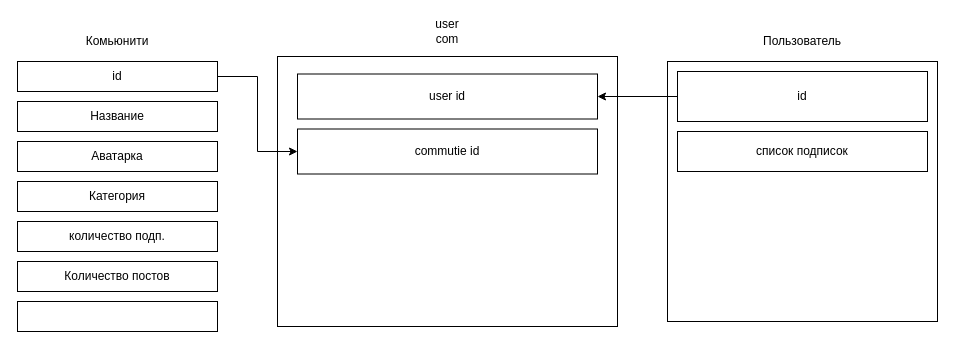
This is Untitled Diagram.drawio from Cherkes001/nodetask, a draw.io file, before an edit. Source tidied: cells renumbered, new cells numbered last; positions are measured from the earlier drawing's top-left corner, leaving out a move shared by most shapes. Both pictures are drawn from the tidied source at 100%, with x=0, y=0 at pixel (17, 21).
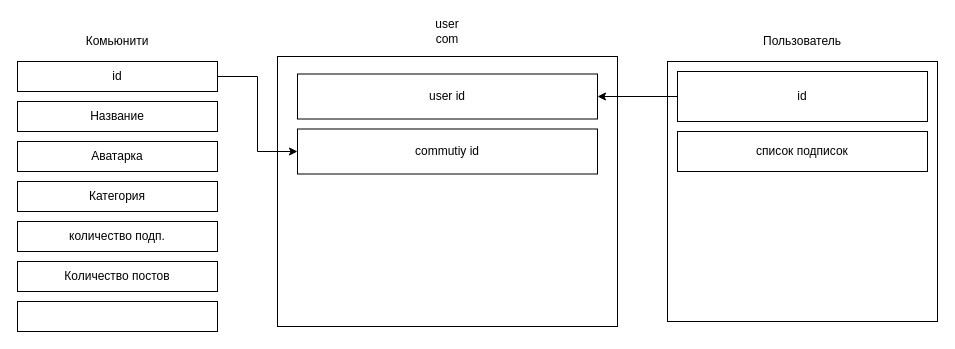
The same page after the edit.

Change to the diagram source:
```diff
@@
-    <mxCell id="18" value="commutie id" style="rounded=0;whiteSpace=wrap;html=1;" parent="1" vertex="1">
+    <mxCell id="18" value="commutiy id" style="rounded=0;whiteSpace=wrap;html=1;" parent="1" vertex="1">
       <mxGeometry x="280" y="107.5" width="300" height="45" as="geometry" />
     </mxCell>
```
